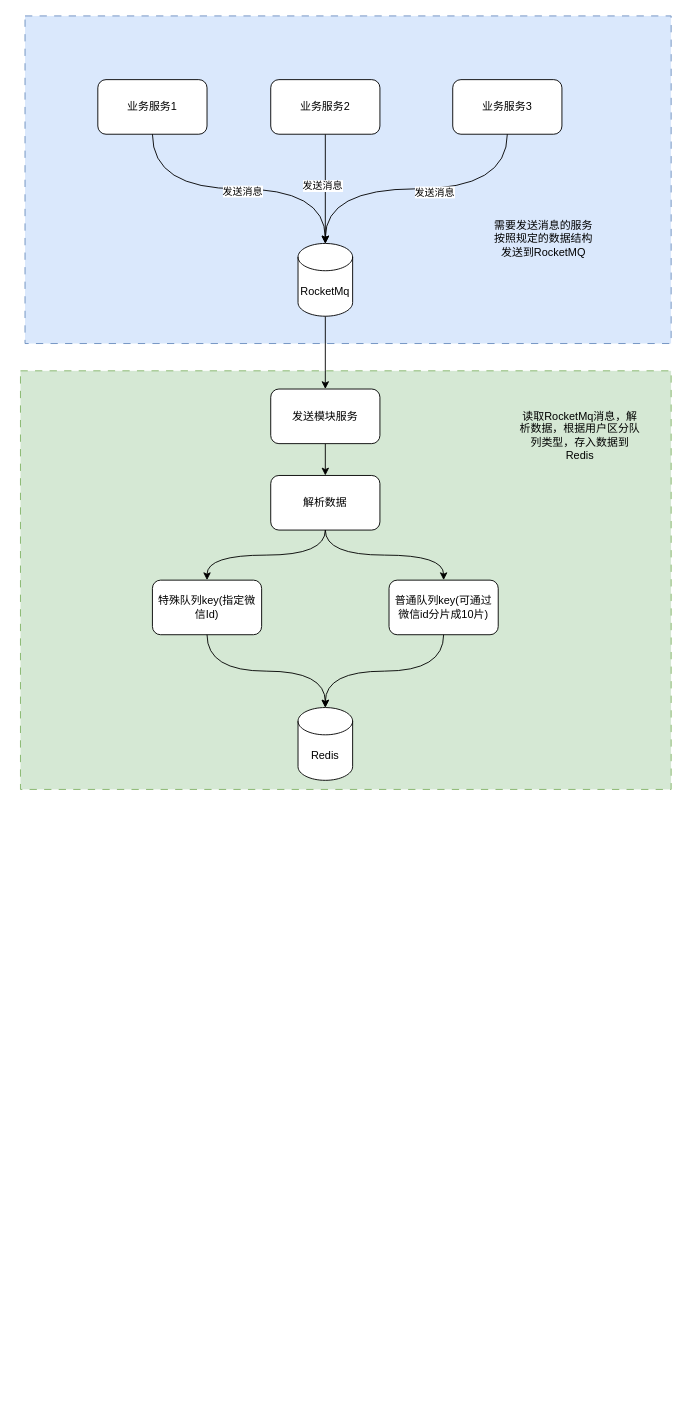
smallleaf/draw.io keeps this draw.io diagram as miyuan/发送模块架构.drawio. Above is the earlier version. Source tidied: cells renumbered, new cells numbered last; positions are measured from the earlier drawing's top-left corner, leaving out a move shared by most shapes. Both pictures are drawn from the tidied source at 91%, with x=0, y=0 at pixel (20, 15).
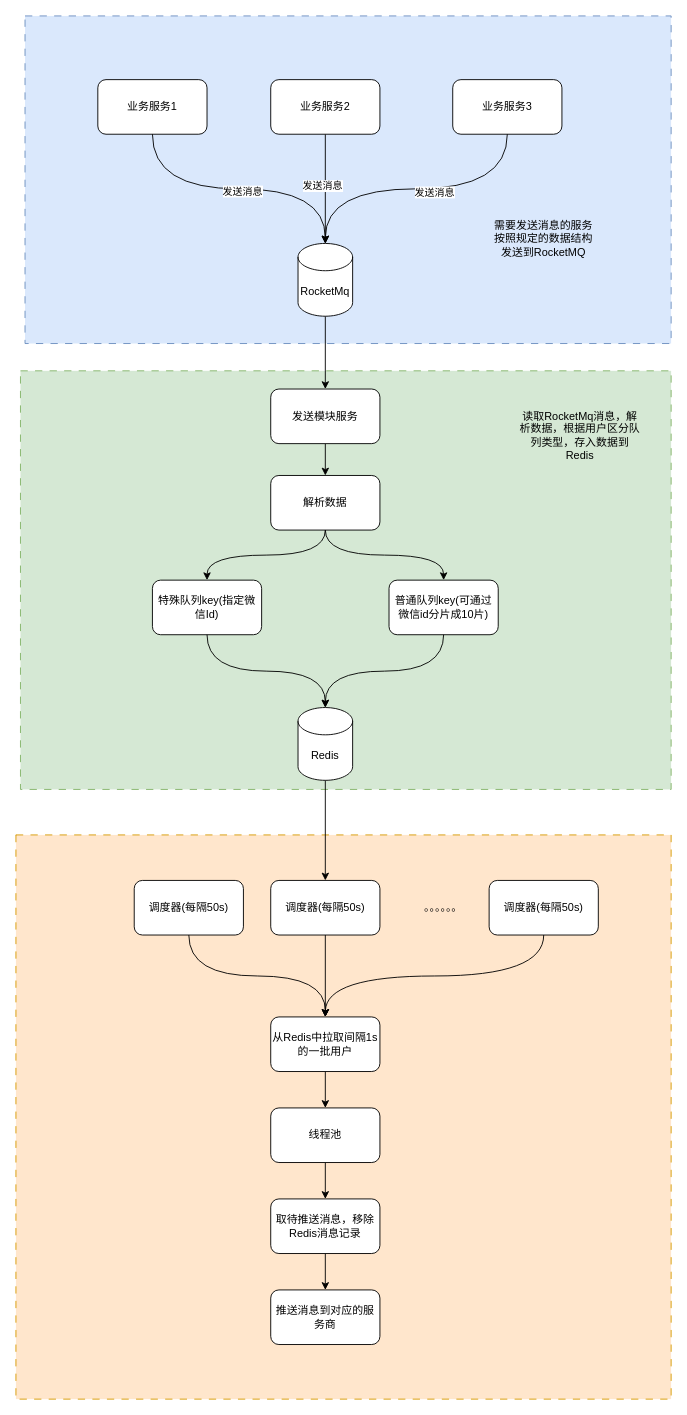
The same page after the edit.

Commit message (it also covers changes not shown here):
更新发送模块架构.drawio

The change refers to these unchanged cells:
```xml
<mxCell id="21" value="Redis" style="shape=cylinder3;whiteSpace=wrap;html=1;boundedLbl=1;backgroundOutline=1;size=15;" parent="1" vertex="1">
  <mxGeometry x="305" y="760" width="60" height="80" as="geometry" />
</mxCell>
```

The edit, as a diff of the source:
```diff
@@
+    <mxCell id="27" style="rounded=0;whiteSpace=wrap;html=1;dashed=1;dashPattern=8 8;fillColor=#ffe6cc;strokeColor=#d79b00;" parent="1" vertex="1">
+      <mxGeometry x="-5" y="900" width="720" height="620" as="geometry" />
+    </mxCell>
@@
+    <mxCell id="28" style="edgeStyle=orthogonalEdgeStyle;rounded=0;jettySize=auto;html=1;exitX=0.5;exitY=1;exitDx=0;exitDy=0;exitPerimeter=0;entryX=0.5;entryY=0;entryDx=0;entryDy=0;" parent="1" edge="1" source="21" target="30">
+      <mxGeometry relative="1" as="geometry" />
+    </mxCell>
@@
+    <mxCell id="29" style="edgeStyle=orthogonalEdgeStyle;rounded=0;jettySize=auto;html=1;" parent="1" edge="1" source="30" target="32">
+      <mxGeometry relative="1" as="geometry" />
+    </mxCell>
+    <mxCell id="30" value="调度器(每隔50s)" style="rounded=1;whiteSpace=wrap;html=1;" parent="1" vertex="1">
+      <mxGeometry x="275" y="950" width="120" height="60" as="geometry" />
+    </mxCell>
+    <mxCell id="31" style="edgeStyle=orthogonalEdgeStyle;rounded=0;jettySize=auto;html=1;" parent="1" edge="1" source="32" target="39">
+      <mxGeometry relative="1" as="geometry" />
+    </mxCell>
+    <mxCell id="32" value="从Redis中拉取间隔1s的一批用户" style="rounded=1;whiteSpace=wrap;html=1;" parent="1" vertex="1">
+      <mxGeometry x="275" y="1100" width="120" height="60" as="geometry" />
+    </mxCell>
+    <mxCell id="33" style="edgeStyle=orthogonalEdgeStyle;rounded=0;jettySize=auto;html=1;exitX=0.5;exitY=1;exitDx=0;exitDy=0;curved=1;" parent="1" edge="1" source="34">
+      <mxGeometry relative="1" as="geometry">
+        <mxPoint x="335" y="1100" as="targetPoint" />
+      </mxGeometry>
+    </mxCell>
+    <mxCell id="34" value="调度器(每隔50s)" style="rounded=1;whiteSpace=wrap;html=1;" parent="1" vertex="1">
+      <mxGeometry x="125" y="950" width="120" height="60" as="geometry" />
+    </mxCell>
+    <mxCell id="35" style="edgeStyle=orthogonalEdgeStyle;rounded=0;jettySize=auto;html=1;exitX=0.5;exitY=1;exitDx=0;exitDy=0;curved=1;" parent="1" edge="1" source="36">
+      <mxGeometry relative="1" as="geometry">
+        <mxPoint x="335" y="1100" as="targetPoint" />
+      </mxGeometry>
+    </mxCell>
+    <mxCell id="36" value="调度器(每隔50s)" style="rounded=1;whiteSpace=wrap;html=1;" parent="1" vertex="1">
+      <mxGeometry x="515" y="950" width="120" height="60" as="geometry" />
+    </mxCell>
+    <mxCell id="37" value="。。。。。。" style="text;html=1;align=center;verticalAlign=middle;whiteSpace=wrap;rounded=0;" parent="1" vertex="1">
+      <mxGeometry x="435" y="965" width="60" height="30" as="geometry" />
+    </mxCell>
+    <mxCell id="38" style="edgeStyle=orthogonalEdgeStyle;rounded=0;jettySize=auto;html=1;" parent="1" edge="1" source="39" target="41">
+      <mxGeometry relative="1" as="geometry" />
+    </mxCell>
+    <mxCell id="39" value="线程池" style="rounded=1;whiteSpace=wrap;html=1;" parent="1" vertex="1">
+      <mxGeometry x="275" y="1200" width="120" height="60" as="geometry" />
+    </mxCell>
+    <mxCell id="40" style="edgeStyle=orthogonalEdgeStyle;rounded=0;jettySize=auto;html=1;" parent="1" edge="1" source="41" target="42">
+      <mxGeometry relative="1" as="geometry" />
+    </mxCell>
+    <mxCell id="41" value="取待推送消息，移除Redis消息记录" style="rounded=1;whiteSpace=wrap;html=1;" parent="1" vertex="1">
+      <mxGeometry x="275" y="1300" width="120" height="60" as="geometry" />
+    </mxCell>
+    <mxCell id="42" value="推送消息到对应的服务商" style="rounded=1;whiteSpace=wrap;html=1;" parent="1" vertex="1">
+      <mxGeometry x="275" y="1400" width="120" height="60" as="geometry" />
+    </mxCell>
```
